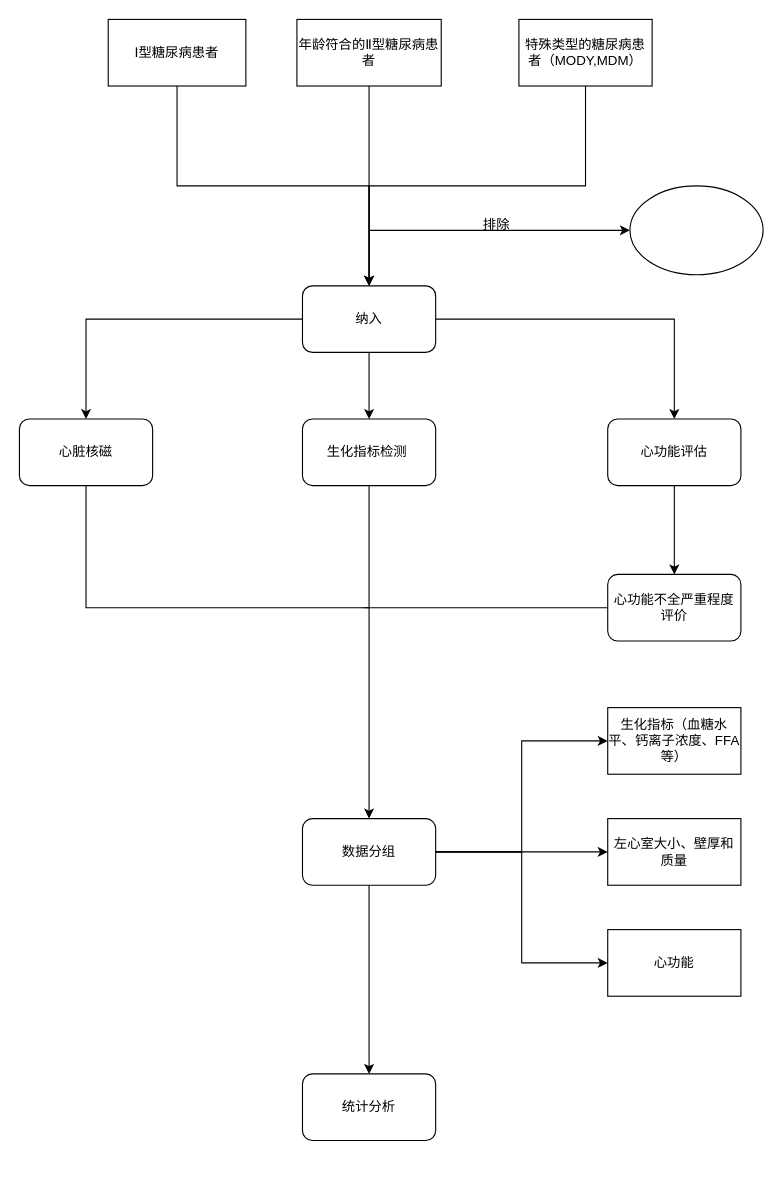
Before: DCM.drawio in brookicv/GolombCode, a draw.io diagram. Source tidied: cells renumbered, new cells numbered last; positions are measured from the earlier drawing's top-left corner, leaving out a move shared by most shapes. Both pictures are drawn from the tidied source at 111%, with x=0, y=0 at pixel (19, 19).
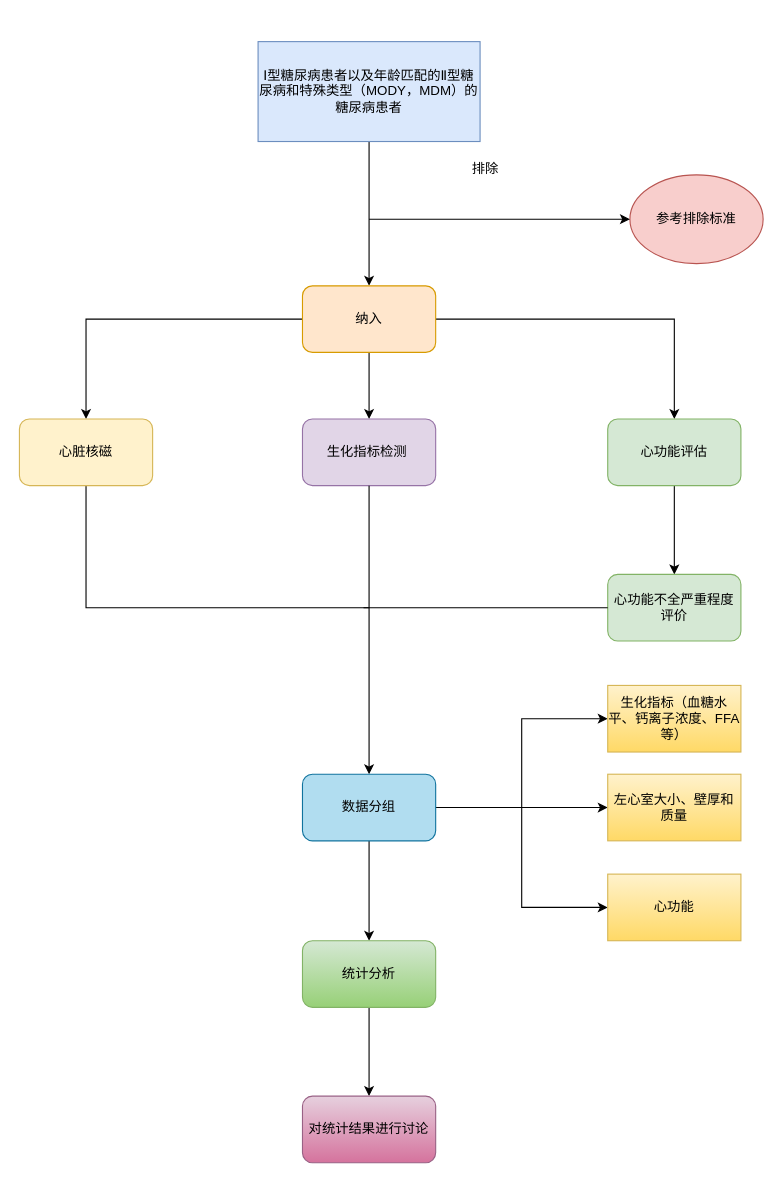
After the change.

What changed in the source:
```diff
@@
-    <mxCell id="2" style="edgeStyle=orthogonalEdgeStyle;rounded=0;jettySize=auto;html=1;exitX=0.5;exitY=1;exitDx=0;exitDy=0;" parent="1" edge="1" source="3" target="11">
+    <mxCell id="2" style="edgeStyle=orthogonalEdgeStyle;rounded=0;jettySize=auto;html=1;entryX=0.5;entryY=0;entryDx=0;entryDy=0;" parent="1" edge="1" source="3" target="11">
       <mxGeometry relative="1" as="geometry" />
     </mxCell>
-    <mxCell id="3" value="Ⅰ型糖尿病患者" style="rounded=0;whiteSpace=wrap;html=1;" parent="1" vertex="1">
-      <mxGeometry x="80" width="124" height="60" as="geometry" />
+    <mxCell id="3" value="Ⅰ型糖尿病患者以及年龄匹配的Ⅱ型糖尿病和特殊类型（MODY，MDM）的糖尿病患者" style="rounded=0;whiteSpace=wrap;html=1;fillColor=#dae8fc;strokeColor=#6c8ebf;" parent="1" vertex="1">
+      <mxGeometry x="215" y="20" width="200" height="90" as="geometry" />
     </mxCell>
-    <mxCell id="4" style="edgeStyle=orthogonalEdgeStyle;rounded=0;jettySize=auto;html=1;exitX=0.5;exitY=1;exitDx=0;exitDy=0;" parent="1" edge="1" source="5">
-      <mxGeometry relative="1" as="geometry">
-        <mxPoint x="315" y="240" as="targetPoint" />
-      </mxGeometry>
-    </mxCell>
-    <mxCell id="5" value="年龄符合的Ⅱ型糖尿病患者" style="rounded=0;whiteSpace=wrap;html=1;" parent="1" vertex="1">
-      <mxGeometry x="250" width="130" height="60" as="geometry" />
-    </mxCell>
-    <mxCell id="6" style="edgeStyle=orthogonalEdgeStyle;rounded=0;jettySize=auto;html=1;exitX=0.5;exitY=1;exitDx=0;exitDy=0;entryX=0.5;entryY=0;entryDx=0;entryDy=0;" parent="1" edge="1" source="7" target="11">
-      <mxGeometry relative="1" as="geometry" />
-    </mxCell>
-    <mxCell id="7" value="特殊类型的糖尿病患者（MODY,MDM）" style="rounded=0;whiteSpace=wrap;html=1;" parent="1" vertex="1">
-      <mxGeometry x="450" width="120" height="60" as="geometry" />
-    </mxCell>
@@
-    <mxCell id="11" value="纳入" style="rounded=1;whiteSpace=wrap;html=1;" parent="1" vertex="1">
+    <mxCell id="11" value="纳入" style="rounded=1;whiteSpace=wrap;html=1;fillColor=#ffe6cc;strokeColor=#d79b00;" parent="1" vertex="1">
       <mxGeometry x="255" y="240" width="120" height="60" as="geometry" />
     </mxCell>
-    <mxCell id="12" style="ellipse;whiteSpace=wrap;html=1;" parent="1" vertex="1">
-      <mxGeometry x="550" y="150" width="120" height="80" as="geometry" />
+    <mxCell id="12" value="参考排除标准" style="ellipse;whiteSpace=wrap;html=1;fillColor=#f8cecc;strokeColor=#b85450;" parent="1" vertex="1">
+      <mxGeometry x="550" y="140" width="120" height="80" as="geometry" />
     </mxCell>
     <mxCell id="13" style="endArrow=classic;html=1;rounded=0;" parent="1" edge="1">
       <mxGeometry relative="1" as="geometry">
-        <mxPoint x="315" y="190" as="sourcePoint" />
-        <mxPoint x="550" y="190" as="targetPoint" />
+        <mxPoint x="315" y="180" as="sourcePoint" />
+        <mxPoint x="550" y="180" as="targetPoint" />
       </mxGeometry>
     </mxCell>
     <mxCell id="14" value="排除" style="text;html=1;strokeColor=none;fillColor=none;align=center;verticalAlign=middle;whiteSpace=wrap;rounded=0;" parent="1" vertex="1">
-      <mxGeometry x="400" y="170" width="60" height="30" as="geometry" />
+      <mxGeometry x="390" y="120" width="60" height="30" as="geometry" />
     </mxCell>
@@
-    <mxCell id="16" value="心脏核磁" style="rounded=1;whiteSpace=wrap;html=1;" parent="1" vertex="1">
+    <mxCell id="16" value="心脏核磁" style="rounded=1;whiteSpace=wrap;html=1;fillColor=#fff2cc;strokeColor=#d6b656;" parent="1" vertex="1">
       <mxGeometry y="360" width="120" height="60" as="geometry" />
     </mxCell>
-    <mxCell id="17" value="生化指标检测&lt;span style=&quot;white-space: pre&quot;&gt; &lt;/span&gt;" style="rounded=1;whiteSpace=wrap;html=1;" parent="1" vertex="1">
+    <mxCell id="17" value="生化指标检测&lt;span style=&quot;white-space: pre&quot;&gt; &lt;/span&gt;" style="rounded=1;whiteSpace=wrap;html=1;fillColor=#e1d5e7;strokeColor=#9673a6;" parent="1" vertex="1">
       <mxGeometry x="255" y="360" width="120" height="60" as="geometry" />
     </mxCell>
@@
-    <mxCell id="19" value="心功能评估" style="rounded=1;whiteSpace=wrap;html=1;" parent="1" vertex="1">
+    <mxCell id="19" value="心功能评估" style="rounded=1;whiteSpace=wrap;html=1;fillColor=#d5e8d4;strokeColor=#82b366;" parent="1" vertex="1">
       <mxGeometry x="530" y="360" width="120" height="60" as="geometry" />
     </mxCell>
-    <mxCell id="20" value="心功能不全严重程度评价" style="rounded=1;whiteSpace=wrap;html=1;" parent="1" vertex="1">
+    <mxCell id="20" value="心功能不全严重程度评价" style="rounded=1;whiteSpace=wrap;html=1;fillColor=#d5e8d4;strokeColor=#82b366;" parent="1" vertex="1">
       <mxGeometry x="530" y="500" width="120" height="60" as="geometry" />
     </mxCell>
@@
-    <mxCell id="25" value="数据分组" style="rounded=1;whiteSpace=wrap;html=1;" parent="1" vertex="1">
-      <mxGeometry x="255" y="720" width="120" height="60" as="geometry" />
+    <mxCell id="25" value="数据分组" style="rounded=1;whiteSpace=wrap;html=1;fillColor=#b1ddf0;strokeColor=#10739e;" parent="1" vertex="1">
+      <mxGeometry x="255" y="680" width="120" height="60" as="geometry" />
     </mxCell>
@@
-    <mxCell id="28" value="生化指标（血糖水平、钙离子浓度、FFA等）" style="rounded=0;whiteSpace=wrap;html=1;" parent="1" vertex="1">
-      <mxGeometry x="530" y="620" width="120" height="60" as="geometry" />
+    <mxCell id="28" value="生化指标（血糖水平、钙离子浓度、FFA等）" style="rounded=0;whiteSpace=wrap;html=1;fillColor=#fff2cc;strokeColor=#d6b656;gradientColor=#ffd966;" parent="1" vertex="1">
+      <mxGeometry x="530" y="600" width="120" height="60" as="geometry" />
     </mxCell>
-    <mxCell id="29" value="左心室大小、壁厚和质量" style="rounded=0;whiteSpace=wrap;html=1;" parent="1" vertex="1">
-      <mxGeometry x="530" y="720" width="120" height="60" as="geometry" />
+    <mxCell id="29" value="左心室大小、壁厚和质量" style="rounded=0;whiteSpace=wrap;html=1;fillColor=#fff2cc;strokeColor=#d6b656;gradientColor=#ffd966;" parent="1" vertex="1">
+      <mxGeometry x="530" y="680" width="120" height="60" as="geometry" />
     </mxCell>
-    <mxCell id="30" value="心功能" style="rounded=0;whiteSpace=wrap;html=1;" parent="1" vertex="1">
-      <mxGeometry x="530" y="820" width="120" height="60" as="geometry" />
+    <mxCell id="30" value="心功能" style="rounded=0;whiteSpace=wrap;html=1;fillColor=#fff2cc;strokeColor=#d6b656;gradientColor=#ffd966;" parent="1" vertex="1">
+      <mxGeometry x="530" y="770" width="120" height="60" as="geometry" />
     </mxCell>
+    <mxCell id="32" style="edgeStyle=orthogonalEdgeStyle;rounded=0;jettySize=auto;html=1;" parent="1" edge="1" source="31" target="33">
+      <mxGeometry relative="1" as="geometry" />
+    </mxCell>
-    <mxCell id="31" value="统计分析" style="rounded=1;whiteSpace=wrap;html=1;" parent="1" vertex="1">
-      <mxGeometry x="255" y="950" width="120" height="60" as="geometry" />
+    <mxCell id="31" value="统计分析" style="rounded=1;whiteSpace=wrap;html=1;fillColor=#d5e8d4;gradientColor=#97d077;strokeColor=#82b366;" parent="1" vertex="1">
+      <mxGeometry x="255" y="830" width="120" height="60" as="geometry" />
     </mxCell>
+    <mxCell id="33" value="对统计结果进行讨论" style="rounded=1;whiteSpace=wrap;html=1;fillColor=#e6d0de;gradientColor=#d5739d;strokeColor=#996185;" parent="1" vertex="1">
+      <mxGeometry x="255" y="970" width="120" height="60" as="geometry" />
+    </mxCell>
```
